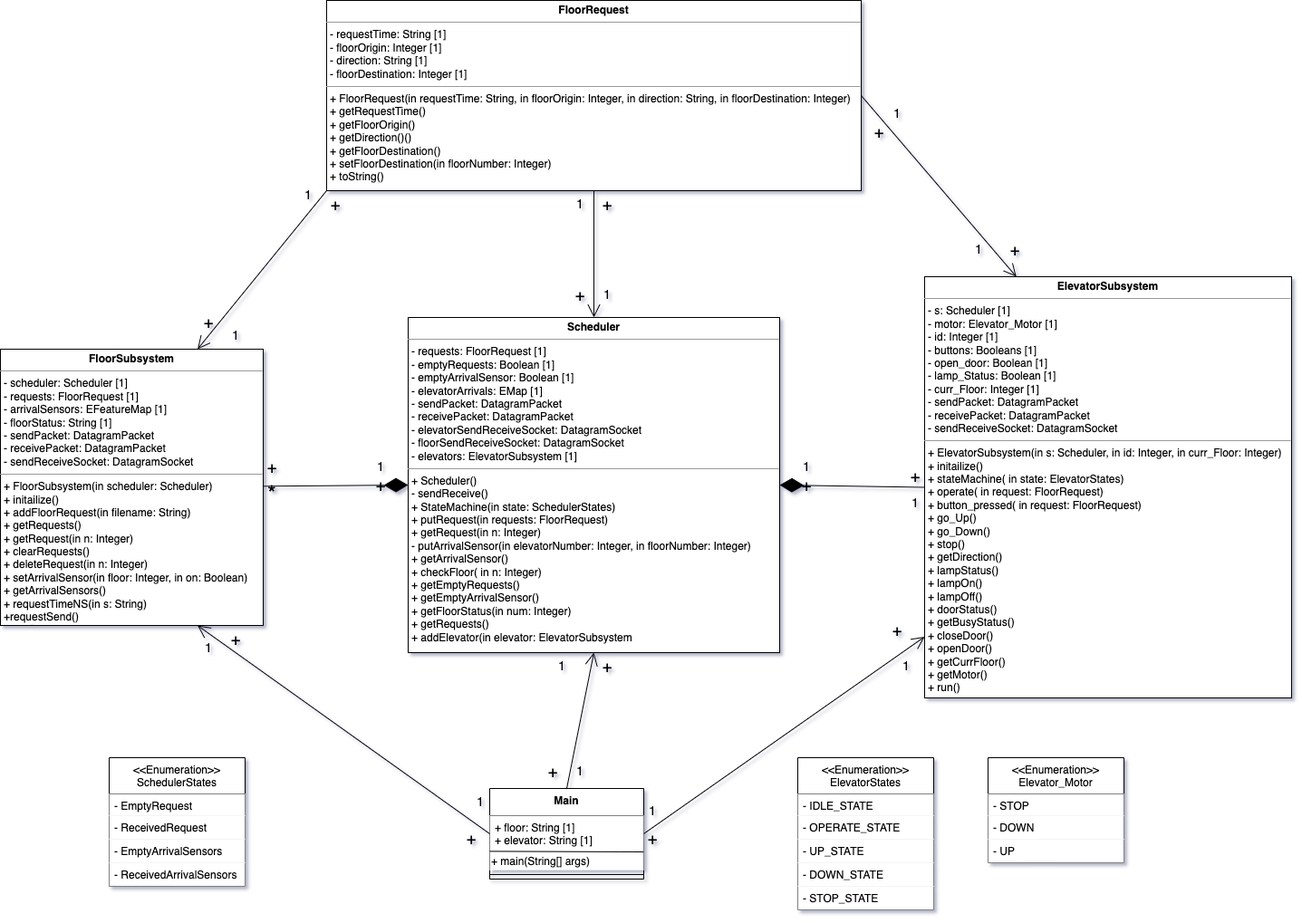
Earlier version of the draw.io export L4G10_milestone_3/ClassDiagram3.png (andy-ngo/SYSC3303_L4_G10). Source tidied: cells renumbered, new cells last; positions are measured from the earlier drawing's top-left corner, leaving out a move shared by most shapes.
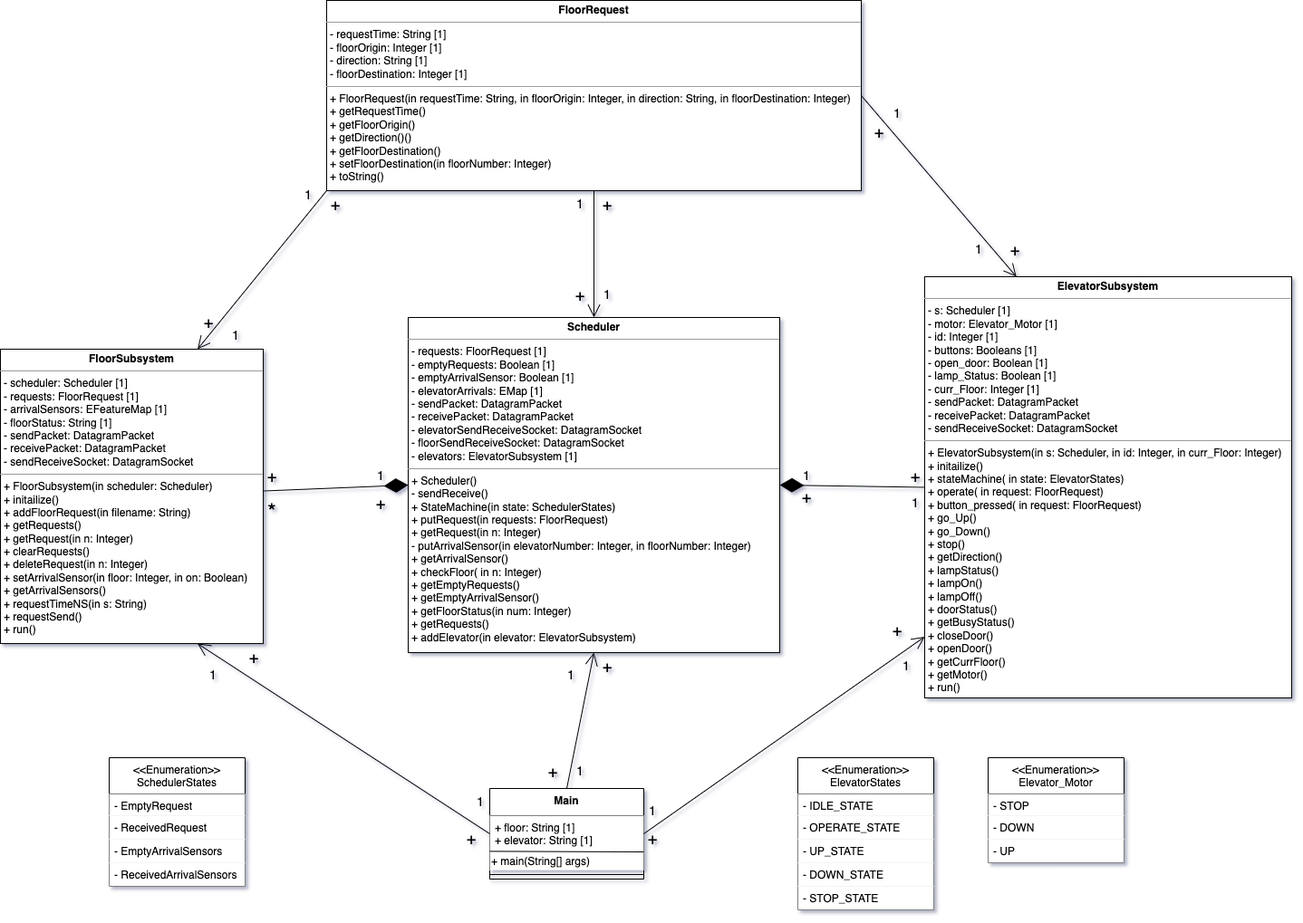
After the change.

The edit, as a diff of the source:
```diff
@@ -2,11 +2,11 @@
   <root>
     <mxCell id="0" />
     <mxCell id="1" parent="0" />
-    <mxCell id="2" value="&lt;p style=&quot;margin: 0px ; margin-top: 4px ; text-align: center&quot;&gt;&lt;b&gt;Scheduler&lt;/b&gt;&lt;/p&gt;&lt;hr size=&quot;1&quot;&gt;&lt;p style=&quot;margin: 0px ; margin-left: 4px&quot;&gt;- requests: FloorRequest [1]&lt;/p&gt;&lt;p style=&quot;margin: 0px ; margin-left: 4px&quot;&gt;&lt;span&gt;- emptyRequests: Boolean [1]&lt;/span&gt;&lt;br&gt;&lt;/p&gt;&lt;p style=&quot;margin: 0px 0px 0px 4px&quot;&gt;&lt;span&gt;- emptyArrivalSensor: Boolean [1]&lt;/span&gt;&lt;br&gt;&lt;/p&gt;&lt;p style=&quot;margin: 0px ; margin-left: 4px&quot;&gt;- elevatorArrivals: EMap [1]&lt;/p&gt;&lt;p style=&quot;margin: 0px ; margin-left: 4px&quot;&gt;- sendPacket: DatagramPacket&amp;nbsp;&lt;/p&gt;&lt;p style=&quot;margin: 0px ; margin-left: 4px&quot;&gt;- receivePacket: DatagramPacket&lt;/p&gt;&lt;p style=&quot;margin: 0px ; margin-left: 4px&quot;&gt;- elevatorSendReceiveSocket: DatagramSocket&lt;/p&gt;&lt;p style=&quot;margin: 0px ; margin-left: 4px&quot;&gt;- floorSendReceiveSocket: DatagramSocket&lt;/p&gt;&lt;p style=&quot;margin: 0px ; margin-left: 4px&quot;&gt;- elevators: ElevatorSubsystem [1]&lt;/p&gt;&lt;hr size=&quot;1&quot;&gt;&lt;p style=&quot;margin: 0px ; margin-left: 4px&quot;&gt;+ Scheduler()&lt;/p&gt;&lt;p style=&quot;margin: 0px ; margin-left: 4px&quot;&gt;- sendReceive()&lt;/p&gt;&lt;p style=&quot;margin: 0px 0px 0px 4px&quot;&gt;+ StateMachine(in state: SchedulerStates)&lt;/p&gt;&lt;p style=&quot;margin: 0px ; margin-left: 4px&quot;&gt;+ putRequest(in requests: FloorRequest)&lt;/p&gt;&lt;p style=&quot;margin: 0px ; margin-left: 4px&quot;&gt;+ getRequest(in n: Integer)&lt;/p&gt;&lt;p style=&quot;margin: 0px ; margin-left: 4px&quot;&gt;- putArrivalSensor(in elevatorNumber: Integer, in floorNumber: Integer)&lt;/p&gt;&lt;p style=&quot;margin: 0px ; margin-left: 4px&quot;&gt;+ getArrivalSensor()&lt;/p&gt;&lt;p style=&quot;margin: 0px ; margin-left: 4px&quot;&gt;+ checkFloor( in n: Integer)&lt;/p&gt;&lt;p style=&quot;margin: 0px ; margin-left: 4px&quot;&gt;+ getEmptyRequests()&lt;/p&gt;&lt;p style=&quot;margin: 0px ; margin-left: 4px&quot;&gt;+ getEmptyArrivalSensor()&lt;/p&gt;&lt;p style=&quot;margin: 0px ; margin-left: 4px&quot;&gt;+ getFloorStatus(in num: Integer)&lt;br&gt;&lt;/p&gt;&lt;p style=&quot;margin: 0px ; margin-left: 4px&quot;&gt;+ getRequests()&lt;/p&gt;&lt;p style=&quot;margin: 0px ; margin-left: 4px&quot;&gt;+ addElevator(in elevator: ElevatorSubsystem&lt;/p&gt;&lt;p style=&quot;margin: 0px ; margin-left: 4px&quot;&gt;&lt;br&gt;&lt;/p&gt;&lt;p style=&quot;margin: 0px ; margin-left: 4px&quot;&gt;&lt;br&gt;&lt;/p&gt;&lt;p style=&quot;margin: 0px ; margin-left: 4px&quot;&gt;&lt;br&gt;&lt;/p&gt;" style="verticalAlign=top;align=left;overflow=fill;fontSize=12;fontFamily=Helvetica;html=1;" parent="1" vertex="1">
+    <mxCell id="2" value="&lt;p style=&quot;margin: 0px ; margin-top: 4px ; text-align: center&quot;&gt;&lt;b&gt;Scheduler&lt;/b&gt;&lt;/p&gt;&lt;hr size=&quot;1&quot;&gt;&lt;p style=&quot;margin: 0px ; margin-left: 4px&quot;&gt;- requests: FloorRequest [1]&lt;/p&gt;&lt;p style=&quot;margin: 0px ; margin-left: 4px&quot;&gt;&lt;span&gt;- emptyRequests: Boolean [1]&lt;/span&gt;&lt;br&gt;&lt;/p&gt;&lt;p style=&quot;margin: 0px 0px 0px 4px&quot;&gt;&lt;span&gt;- emptyArrivalSensor: Boolean [1]&lt;/span&gt;&lt;br&gt;&lt;/p&gt;&lt;p style=&quot;margin: 0px ; margin-left: 4px&quot;&gt;- elevatorArrivals: EMap [1]&lt;/p&gt;&lt;p style=&quot;margin: 0px ; margin-left: 4px&quot;&gt;- sendPacket: DatagramPacket&amp;nbsp;&lt;/p&gt;&lt;p style=&quot;margin: 0px ; margin-left: 4px&quot;&gt;- receivePacket: DatagramPacket&lt;/p&gt;&lt;p style=&quot;margin: 0px ; margin-left: 4px&quot;&gt;- elevatorSendReceiveSocket: DatagramSocket&lt;/p&gt;&lt;p style=&quot;margin: 0px ; margin-left: 4px&quot;&gt;- floorSendReceiveSocket: DatagramSocket&lt;/p&gt;&lt;p style=&quot;margin: 0px ; margin-left: 4px&quot;&gt;- elevators: ElevatorSubsystem [1]&lt;/p&gt;&lt;hr size=&quot;1&quot;&gt;&lt;p style=&quot;margin: 0px ; margin-left: 4px&quot;&gt;+ Scheduler()&lt;/p&gt;&lt;p style=&quot;margin: 0px ; margin-left: 4px&quot;&gt;- sendReceive()&lt;/p&gt;&lt;p style=&quot;margin: 0px 0px 0px 4px&quot;&gt;+ StateMachine(in state: SchedulerStates)&lt;/p&gt;&lt;p style=&quot;margin: 0px ; margin-left: 4px&quot;&gt;+ putRequest(in requests: FloorRequest)&lt;/p&gt;&lt;p style=&quot;margin: 0px ; margin-left: 4px&quot;&gt;+ getRequest(in n: Integer)&lt;/p&gt;&lt;p style=&quot;margin: 0px ; margin-left: 4px&quot;&gt;- putArrivalSensor(in elevatorNumber: Integer, in floorNumber: Integer)&lt;/p&gt;&lt;p style=&quot;margin: 0px ; margin-left: 4px&quot;&gt;+ getArrivalSensor()&lt;/p&gt;&lt;p style=&quot;margin: 0px ; margin-left: 4px&quot;&gt;+ checkFloor( in n: Integer)&lt;/p&gt;&lt;p style=&quot;margin: 0px ; margin-left: 4px&quot;&gt;+ getEmptyRequests()&lt;/p&gt;&lt;p style=&quot;margin: 0px ; margin-left: 4px&quot;&gt;+ getEmptyArrivalSensor()&lt;/p&gt;&lt;p style=&quot;margin: 0px ; margin-left: 4px&quot;&gt;+ getFloorStatus(in num: Integer)&lt;br&gt;&lt;/p&gt;&lt;p style=&quot;margin: 0px ; margin-left: 4px&quot;&gt;+ getRequests()&lt;/p&gt;&lt;p style=&quot;margin: 0px ; margin-left: 4px&quot;&gt;+ addElevator(in elevator: ElevatorSubsystem)&lt;/p&gt;&lt;p style=&quot;margin: 0px ; margin-left: 4px&quot;&gt;&lt;br&gt;&lt;/p&gt;&lt;p style=&quot;margin: 0px ; margin-left: 4px&quot;&gt;&lt;br&gt;&lt;/p&gt;&lt;p style=&quot;margin: 0px ; margin-left: 4px&quot;&gt;&lt;br&gt;&lt;/p&gt;" style="verticalAlign=top;align=left;overflow=fill;fontSize=12;fontFamily=Helvetica;html=1;" parent="1" vertex="1">
       <mxGeometry x="450" y="350" width="410" height="370" as="geometry" />
     </mxCell>
-    <mxCell id="3" value="&lt;p style=&quot;margin: 0px ; margin-top: 4px ; text-align: center&quot;&gt;&lt;b&gt;FloorSubsystem&lt;/b&gt;&lt;/p&gt;&lt;hr size=&quot;1&quot;&gt;&lt;p style=&quot;margin: 0px ; margin-left: 4px&quot;&gt;- scheduler: Scheduler [1]&lt;/p&gt;&lt;p style=&quot;margin: 0px ; margin-left: 4px&quot;&gt;- requests: FloorRequest [1]&lt;/p&gt;&lt;p style=&quot;margin: 0px ; margin-left: 4px&quot;&gt;- arrivalSensors: EFeatureMap [1]&lt;/p&gt;&lt;p style=&quot;margin: 0px ; margin-left: 4px&quot;&gt;- floorStatus: String [1]&lt;/p&gt;&lt;p style=&quot;margin: 0px ; margin-left: 4px&quot;&gt;- sendPacket: DatagramPacket&lt;/p&gt;&lt;p style=&quot;margin: 0px ; margin-left: 4px&quot;&gt;- receivePacket: DatagramPacket&lt;/p&gt;&lt;p style=&quot;margin: 0px ; margin-left: 4px&quot;&gt;- sendReceiveSocket: DatagramSocket&lt;/p&gt;&lt;hr size=&quot;1&quot;&gt;&lt;p style=&quot;margin: 0px ; margin-left: 4px&quot;&gt;+ FloorSubsystem(in scheduler: Scheduler)&lt;/p&gt;&lt;p style=&quot;margin: 0px ; margin-left: 4px&quot;&gt;+ initailize()&lt;/p&gt;&lt;p style=&quot;margin: 0px ; margin-left: 4px&quot;&gt;+ addFloorRequest(in filename: String)&lt;/p&gt;&lt;p style=&quot;margin: 0px ; margin-left: 4px&quot;&gt;+ getRequests()&lt;/p&gt;&lt;p style=&quot;margin: 0px ; margin-left: 4px&quot;&gt;+ getRequest(in n: Integer)&lt;/p&gt;&lt;p style=&quot;margin: 0px ; margin-left: 4px&quot;&gt;+ clearRequests()&lt;/p&gt;&lt;p style=&quot;margin: 0px ; margin-left: 4px&quot;&gt;+ deleteRequest(in n: Integer)&lt;/p&gt;&lt;p style=&quot;margin: 0px ; margin-left: 4px&quot;&gt;+ setArrivalSensor(in floor: Integer, in on: Boolean)&lt;/p&gt;&lt;p style=&quot;margin: 0px ; margin-left: 4px&quot;&gt;+ getArrivalSensors()&lt;/p&gt;&lt;p style=&quot;margin: 0px ; margin-left: 4px&quot;&gt;+ requestTimeNS(in s: String)&lt;/p&gt;&lt;p style=&quot;margin: 0px ; margin-left: 4px&quot;&gt;+requestSend()&lt;/p&gt;&lt;p style=&quot;margin: 0px ; margin-left: 4px&quot;&gt;+ run()&lt;/p&gt;" style="verticalAlign=top;align=left;overflow=fill;fontSize=12;fontFamily=Helvetica;html=1;" parent="1" vertex="1">
-      <mxGeometry y="385" width="290" height="305" as="geometry" />
+    <mxCell id="3" value="&lt;p style=&quot;margin: 0px ; margin-top: 4px ; text-align: center&quot;&gt;&lt;b&gt;FloorSubsystem&lt;/b&gt;&lt;/p&gt;&lt;hr size=&quot;1&quot;&gt;&lt;p style=&quot;margin: 0px ; margin-left: 4px&quot;&gt;- scheduler: Scheduler [1]&lt;/p&gt;&lt;p style=&quot;margin: 0px ; margin-left: 4px&quot;&gt;- requests: FloorRequest [1]&lt;/p&gt;&lt;p style=&quot;margin: 0px ; margin-left: 4px&quot;&gt;- arrivalSensors: EFeatureMap [1]&lt;/p&gt;&lt;p style=&quot;margin: 0px ; margin-left: 4px&quot;&gt;- floorStatus: String [1]&lt;/p&gt;&lt;p style=&quot;margin: 0px ; margin-left: 4px&quot;&gt;- sendPacket: DatagramPacket&lt;/p&gt;&lt;p style=&quot;margin: 0px ; margin-left: 4px&quot;&gt;- receivePacket: DatagramPacket&lt;/p&gt;&lt;p style=&quot;margin: 0px ; margin-left: 4px&quot;&gt;- sendReceiveSocket: DatagramSocket&lt;/p&gt;&lt;hr size=&quot;1&quot;&gt;&lt;p style=&quot;margin: 0px ; margin-left: 4px&quot;&gt;+ FloorSubsystem(in scheduler: Scheduler)&lt;/p&gt;&lt;p style=&quot;margin: 0px ; margin-left: 4px&quot;&gt;+ initailize()&lt;/p&gt;&lt;p style=&quot;margin: 0px ; margin-left: 4px&quot;&gt;+ addFloorRequest(in filename: String)&lt;/p&gt;&lt;p style=&quot;margin: 0px ; margin-left: 4px&quot;&gt;+ getRequests()&lt;/p&gt;&lt;p style=&quot;margin: 0px ; margin-left: 4px&quot;&gt;+ getRequest(in n: Integer)&lt;/p&gt;&lt;p style=&quot;margin: 0px ; margin-left: 4px&quot;&gt;+ clearRequests()&lt;/p&gt;&lt;p style=&quot;margin: 0px ; margin-left: 4px&quot;&gt;+ deleteRequest(in n: Integer)&lt;/p&gt;&lt;p style=&quot;margin: 0px ; margin-left: 4px&quot;&gt;+ setArrivalSensor(in floor: Integer, in on: Boolean)&lt;/p&gt;&lt;p style=&quot;margin: 0px ; margin-left: 4px&quot;&gt;+ getArrivalSensors()&lt;/p&gt;&lt;p style=&quot;margin: 0px ; margin-left: 4px&quot;&gt;+ requestTimeNS(in s: String)&lt;/p&gt;&lt;p style=&quot;margin: 0px ; margin-left: 4px&quot;&gt;+ requestSend()&lt;/p&gt;&lt;p style=&quot;margin: 0px ; margin-left: 4px&quot;&gt;+ run()&lt;/p&gt;" style="verticalAlign=top;align=left;overflow=fill;fontSize=12;fontFamily=Helvetica;html=1;" parent="1" vertex="1">
+      <mxGeometry y="385" width="290" height="325" as="geometry" />
     </mxCell>
     <mxCell id="4" value="&lt;p style=&quot;margin: 0px ; margin-top: 4px ; text-align: center&quot;&gt;&lt;b&gt;ElevatorSubsystem&lt;/b&gt;&lt;/p&gt;&lt;hr size=&quot;1&quot;&gt;&lt;p style=&quot;margin: 0px ; margin-left: 4px&quot;&gt;- s: Scheduler [1]&lt;/p&gt;&lt;p style=&quot;margin: 0px ; margin-left: 4px&quot;&gt;- motor: Elevator_Motor [1]&lt;br&gt;&lt;/p&gt;&lt;p style=&quot;margin: 0px ; margin-left: 4px&quot;&gt;- id: Integer [1]&lt;br&gt;&lt;/p&gt;&lt;p style=&quot;margin: 0px ; margin-left: 4px&quot;&gt;- buttons: Booleans [1]&lt;/p&gt;&lt;p style=&quot;margin: 0px ; margin-left: 4px&quot;&gt;- open_door: Boolean [1]&lt;/p&gt;&lt;p style=&quot;margin: 0px ; margin-left: 4px&quot;&gt;- lamp_Status: Boolean [1]&lt;/p&gt;&lt;p style=&quot;margin: 0px ; margin-left: 4px&quot;&gt;- curr_Floor: Integer [1]&lt;/p&gt;&lt;p style=&quot;margin: 0px ; margin-left: 4px&quot;&gt;- sendPacket: DatagramPacket&lt;/p&gt;&lt;p style=&quot;margin: 0px ; margin-left: 4px&quot;&gt;- receivePacket: DatagramPacket&lt;/p&gt;&lt;p style=&quot;margin: 0px ; margin-left: 4px&quot;&gt;- sendReceiveSocket: DatagramSocket&lt;/p&gt;&lt;hr size=&quot;1&quot;&gt;&lt;p style=&quot;margin: 0px ; margin-left: 4px&quot;&gt;+ ElevatorSubsystem(in s: Scheduler, in id: Integer, in curr_Floor: Integer)&lt;/p&gt;&lt;p style=&quot;margin: 0px ; margin-left: 4px&quot;&gt;+ initailize()&lt;/p&gt;&lt;p style=&quot;margin: 0px ; margin-left: 4px&quot;&gt;+ stateMachine( in state: ElevatorStates)&lt;br&gt;&lt;/p&gt;&lt;p style=&quot;margin: 0px ; margin-left: 4px&quot;&gt;+ operate( in request: FloorRequest)&lt;/p&gt;&lt;p style=&quot;margin: 0px ; margin-left: 4px&quot;&gt;+ button_pressed( in request: FloorRequest)&lt;/p&gt;&lt;p style=&quot;margin: 0px ; margin-left: 4px&quot;&gt;+ go_Up()&lt;/p&gt;&lt;p style=&quot;margin: 0px ; margin-left: 4px&quot;&gt;+ go_Down()&lt;br&gt;&lt;/p&gt;&lt;p style=&quot;margin: 0px ; margin-left: 4px&quot;&gt;+ stop()&lt;/p&gt;&lt;p style=&quot;margin: 0px ; margin-left: 4px&quot;&gt;+ getDirection()&lt;/p&gt;&lt;p style=&quot;margin: 0px ; margin-left: 4px&quot;&gt;+ lampStatus()&lt;/p&gt;&lt;p style=&quot;margin: 0px ; margin-left: 4px&quot;&gt;+ lampOn()&lt;br&gt;&lt;/p&gt;&lt;p style=&quot;margin: 0px ; margin-left: 4px&quot;&gt;+ lampOff()&lt;br&gt;&lt;/p&gt;&lt;p style=&quot;margin: 0px ; margin-left: 4px&quot;&gt;+ doorStatus()&lt;/p&gt;&lt;p style=&quot;margin: 0px ; margin-left: 4px&quot;&gt;+ getBusyStatus()&lt;/p&gt;&lt;p style=&quot;margin: 0px ; margin-left: 4px&quot;&gt;+ closeDoor()&lt;/p&gt;&lt;p style=&quot;margin: 0px ; margin-left: 4px&quot;&gt;+ openDoor()&lt;/p&gt;&lt;p style=&quot;margin: 0px ; margin-left: 4px&quot;&gt;+ getCurrFloor()&lt;/p&gt;&lt;p style=&quot;margin: 0px ; margin-left: 4px&quot;&gt;+ getMotor()&lt;/p&gt;&lt;p style=&quot;margin: 0px ; margin-left: 4px&quot;&gt;+ run()&lt;br&gt;&lt;/p&gt;&lt;p style=&quot;margin: 0px ; margin-left: 4px&quot;&gt;&lt;br&gt;&lt;/p&gt;&lt;p style=&quot;margin: 0px ; margin-left: 4px&quot;&gt;&lt;br&gt;&lt;/p&gt;" style="verticalAlign=top;align=left;overflow=fill;fontSize=12;fontFamily=Helvetica;html=1;" parent="1" vertex="1">
       <mxGeometry x="1020" y="305" width="405" height="465" as="geometry" />
@@ -96,16 +96,16 @@
       <mxGeometry y="142" width="150" height="26" as="geometry" />
     </mxCell>
     <mxCell id="33" value="&lt;font style=&quot;font-size: 18px&quot;&gt;+&lt;/font&gt;" style="text;html=1;strokeColor=none;fillColor=none;align=center;verticalAlign=middle;whiteSpace=wrap;rounded=0;" parent="1" vertex="1">
-      <mxGeometry x="270" y="500" width="60" height="30" as="geometry" />
+      <mxGeometry x="270" y="510" width="60" height="30" as="geometry" />
     </mxCell>
     <mxCell id="34" value="&lt;font style=&quot;font-size: 14px&quot;&gt;1&lt;/font&gt;" style="text;html=1;strokeColor=none;fillColor=none;align=center;verticalAlign=middle;whiteSpace=wrap;rounded=0;" parent="1" vertex="1">
-      <mxGeometry x="390" y="500" width="60" height="30" as="geometry" />
+      <mxGeometry x="390" y="510" width="60" height="30" as="geometry" />
     </mxCell>
     <mxCell id="35" value="&lt;font style=&quot;font-size: 24px&quot;&gt;*&lt;/font&gt;" style="text;html=1;strokeColor=none;fillColor=none;align=center;verticalAlign=middle;whiteSpace=wrap;rounded=0;" parent="1" vertex="1">
-      <mxGeometry x="270" y="530" width="60" height="30" as="geometry" />
+      <mxGeometry x="270" y="550" width="60" height="30" as="geometry" />
     </mxCell>
     <mxCell id="36" value="&lt;font style=&quot;font-size: 18px&quot;&gt;+&lt;/font&gt;" style="text;html=1;strokeColor=none;fillColor=none;align=center;verticalAlign=middle;whiteSpace=wrap;rounded=0;" parent="1" vertex="1">
-      <mxGeometry x="390" y="520" width="60" height="30" as="geometry" />
+      <mxGeometry x="390" y="540" width="60" height="30" as="geometry" />
     </mxCell>
     <mxCell id="37" value="&lt;font style=&quot;font-size: 18px&quot;&gt;+&lt;/font&gt;" style="text;html=1;strokeColor=none;fillColor=none;align=center;verticalAlign=middle;whiteSpace=wrap;rounded=0;" parent="1" vertex="1">
       <mxGeometry x="340" y="210" width="60" height="30" as="geometry" />
@@ -123,7 +123,7 @@
       <mxGeometry x="980" y="510" width="60" height="30" as="geometry" />
     </mxCell>
     <mxCell id="42" value="&lt;font style=&quot;font-size: 18px&quot;&gt;+&lt;/font&gt;" style="text;html=1;strokeColor=none;fillColor=none;align=center;verticalAlign=middle;whiteSpace=wrap;rounded=0;" parent="1" vertex="1">
-      <mxGeometry x="860" y="520" width="60" height="30" as="geometry" />
+      <mxGeometry x="860" y="532.5" width="60" height="30" as="geometry" />
     </mxCell>
     <mxCell id="43" value="&lt;font style=&quot;font-size: 18px&quot;&gt;+&lt;/font&gt;" style="text;html=1;strokeColor=none;fillColor=none;align=center;verticalAlign=middle;whiteSpace=wrap;rounded=0;" parent="1" vertex="1">
       <mxGeometry x="1090" y="260" width="60" height="30" as="geometry" />
@@ -132,7 +132,7 @@
       <mxGeometry x="610" y="310" width="60" height="30" as="geometry" />
     </mxCell>
     <mxCell id="45" value="&lt;font style=&quot;font-size: 18px&quot;&gt;+&lt;/font&gt;" style="text;html=1;strokeColor=none;fillColor=none;align=center;verticalAlign=middle;whiteSpace=wrap;rounded=0;" parent="1" vertex="1">
-      <mxGeometry x="230" y="690" width="60" height="30" as="geometry" />
+      <mxGeometry x="250" y="710" width="60" height="30" as="geometry" />
     </mxCell>
     <mxCell id="46" value="&lt;font style=&quot;font-size: 18px&quot;&gt;+&lt;/font&gt;" style="text;html=1;strokeColor=none;fillColor=none;align=center;verticalAlign=middle;whiteSpace=wrap;rounded=0;" parent="1" vertex="1">
       <mxGeometry x="490" y="910" width="60" height="30" as="geometry" />
@@ -168,13 +168,13 @@
       <mxGeometry x="1050" y="260" width="60" height="30" as="geometry" />
     </mxCell>
     <mxCell id="57" value="&lt;font style=&quot;font-size: 14px&quot;&gt;1&lt;/font&gt;" style="text;html=1;strokeColor=none;fillColor=none;align=center;verticalAlign=middle;whiteSpace=wrap;rounded=0;" parent="1" vertex="1">
-      <mxGeometry x="860" y="500" width="60" height="30" as="geometry" />
+      <mxGeometry x="860" y="510" width="60" height="30" as="geometry" />
     </mxCell>
     <mxCell id="58" value="&lt;font style=&quot;font-size: 14px&quot;&gt;1&lt;/font&gt;" style="text;html=1;strokeColor=none;fillColor=none;align=center;verticalAlign=middle;whiteSpace=wrap;rounded=0;" parent="1" vertex="1">
       <mxGeometry x="980" y="540" width="60" height="30" as="geometry" />
     </mxCell>
     <mxCell id="59" value="&lt;font style=&quot;font-size: 14px&quot;&gt;1&lt;/font&gt;" style="text;html=1;strokeColor=none;fillColor=none;align=center;verticalAlign=middle;whiteSpace=wrap;rounded=0;" parent="1" vertex="1">
-      <mxGeometry x="200" y="700" width="60" height="30" as="geometry" />
+      <mxGeometry x="205" y="730" width="60" height="30" as="geometry" />
     </mxCell>
     <mxCell id="60" value="&lt;font style=&quot;font-size: 14px&quot;&gt;1&lt;/font&gt;" style="text;html=1;strokeColor=none;fillColor=none;align=center;verticalAlign=middle;whiteSpace=wrap;rounded=0;" parent="1" vertex="1">
       <mxGeometry x="500" y="870" width="60" height="30" as="geometry" />
@@ -183,7 +183,7 @@
       <mxGeometry x="610" y="836" width="60" height="30" as="geometry" />
     </mxCell>
     <mxCell id="62" value="&lt;font style=&quot;font-size: 14px&quot;&gt;1&lt;/font&gt;" style="text;html=1;strokeColor=none;fillColor=none;align=center;verticalAlign=middle;whiteSpace=wrap;rounded=0;" parent="1" vertex="1">
-      <mxGeometry x="590" y="720" width="60" height="30" as="geometry" />
+      <mxGeometry x="600" y="730" width="60" height="30" as="geometry" />
     </mxCell>
     <mxCell id="63" value="&lt;font style=&quot;font-size: 14px&quot;&gt;1&lt;/font&gt;" style="text;html=1;strokeColor=none;fillColor=none;align=center;verticalAlign=middle;whiteSpace=wrap;rounded=0;" parent="1" vertex="1">
       <mxGeometry x="970" y="720" width="60" height="30" as="geometry" />
```
